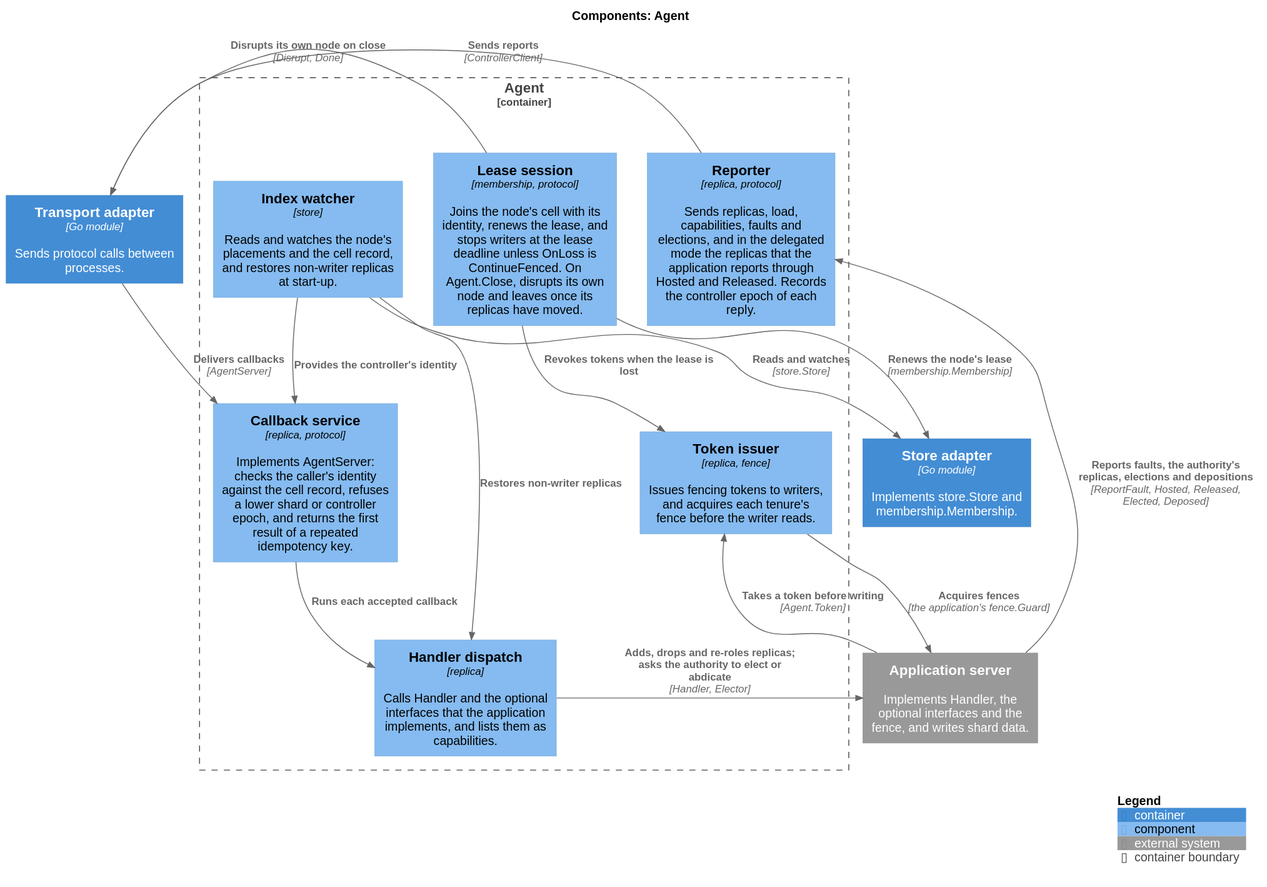
The PlantUML diagram docs/c4/components/agent.svg in thesm-os/sharder, before a commit.
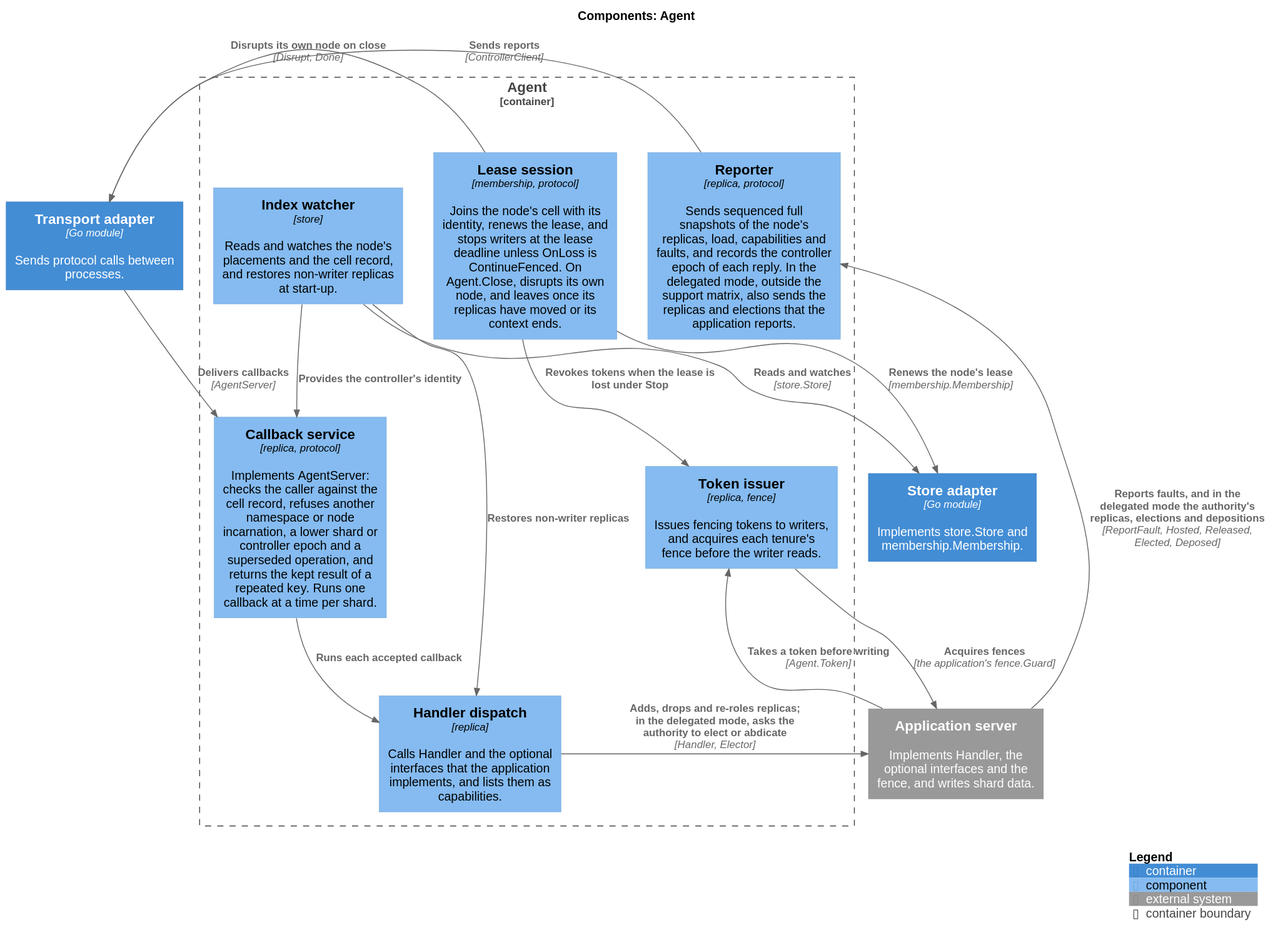
After the change.

Diff of the diagram source:
```diff
@@ -7,12 +7,12 @@
 System_Ext(app, "Application server", "Implements Handler, the optional interfaces and the fence, and writes shard data.")
 
 Container_Boundary(agent, "Agent") {
-    Component(service, "Callback service", "replica, protocol", "Implements AgentServer: checks the caller's identity against the cell record, refuses a lower shard or controller epoch, and returns the first result of a repeated idempotency key.")
+    Component(service, "Callback service", "replica, protocol", "Implements AgentServer: checks the caller against the cell record, refuses another namespace or node incarnation, a lower shard or controller epoch and a superseded operation, and returns the kept result of a repeated key. Runs one callback at a time per shard.")
     Component(dispatch, "Handler dispatch", "replica", "Calls Handler and the optional interfaces that the application implements, and lists them as capabilities.")
     Component(tokens, "Token issuer", "replica, fence", "Issues fencing tokens to writers, and acquires each tenure's fence before the writer reads.")
-    Component(session, "Lease session", "membership, protocol", "Joins the node's cell with its identity, renews the lease, and stops writers at the lease deadline unless OnLoss is ContinueFenced. On Agent.Close, disrupts its own node and leaves once its replicas have moved.")
+    Component(session, "Lease session", "membership, protocol", "Joins the node's cell with its identity, renews the lease, and stops writers at the lease deadline unless OnLoss is ContinueFenced. On Agent.Close, disrupts its own node, and leaves once its replicas have moved or its context ends.")
     Component(index, "Index watcher", "store", "Reads and watches the node's placements and the cell record, and restores non-writer replicas at start-up.")
-    Component(reporter, "Reporter", "replica, protocol", "Sends replicas, load, capabilities, faults and elections, and in the delegated mode the replicas that the application reports through Hosted and Released. Records the controller epoch of each reply.")
+    Component(reporter, "Reporter", "replica, protocol", "Sends sequenced full snapshots of the node's replicas, load, capabilities and faults, and records the controller epoch of each reply. In the delegated mode, outside the support matrix, also sends the replicas and elections that the application reports.")
 }
 
 Container(adapters, "Store adapter", "Go module", "Implements store.Store and membership.Membership.")
@@ -21,12 +21,12 @@
 
 Rel(transport, service, "Delivers callbacks", "AgentServer")
 Rel(service, dispatch, "Runs each accepted callback")
-Rel(dispatch, app, "Adds, drops and re-roles replicas; asks the authority to elect or abdicate", "Handler, Elector")
+Rel(dispatch, app, "Adds, drops and re-roles replicas; in the delegated mode, asks the authority to elect or abdicate", "Handler, Elector")
 Rel(app, tokens, "Takes a token before writing", "Agent.Token")
-Rel(app, reporter, "Reports faults, the authority's replicas, elections and depositions", "ReportFault, Hosted, Released, Elected, Deposed")
+Rel(app, reporter, "Reports faults, and in the delegated mode the authority's replicas, elections and depositions", "ReportFault, Hosted, Released, Elected, Deposed")
 Rel(tokens, app, "Acquires fences", "the application's fence.Guard")
 Rel(reporter, transport, "Sends reports", "ControllerClient")
-Rel(session, tokens, "Revokes tokens when the lease is lost")
+Rel(session, tokens, "Revokes tokens when the lease is lost under Stop")
 Rel(index, service, "Provides the controller's identity")
 Rel(index, dispatch, "Restores non-writer replicas")
 
```
